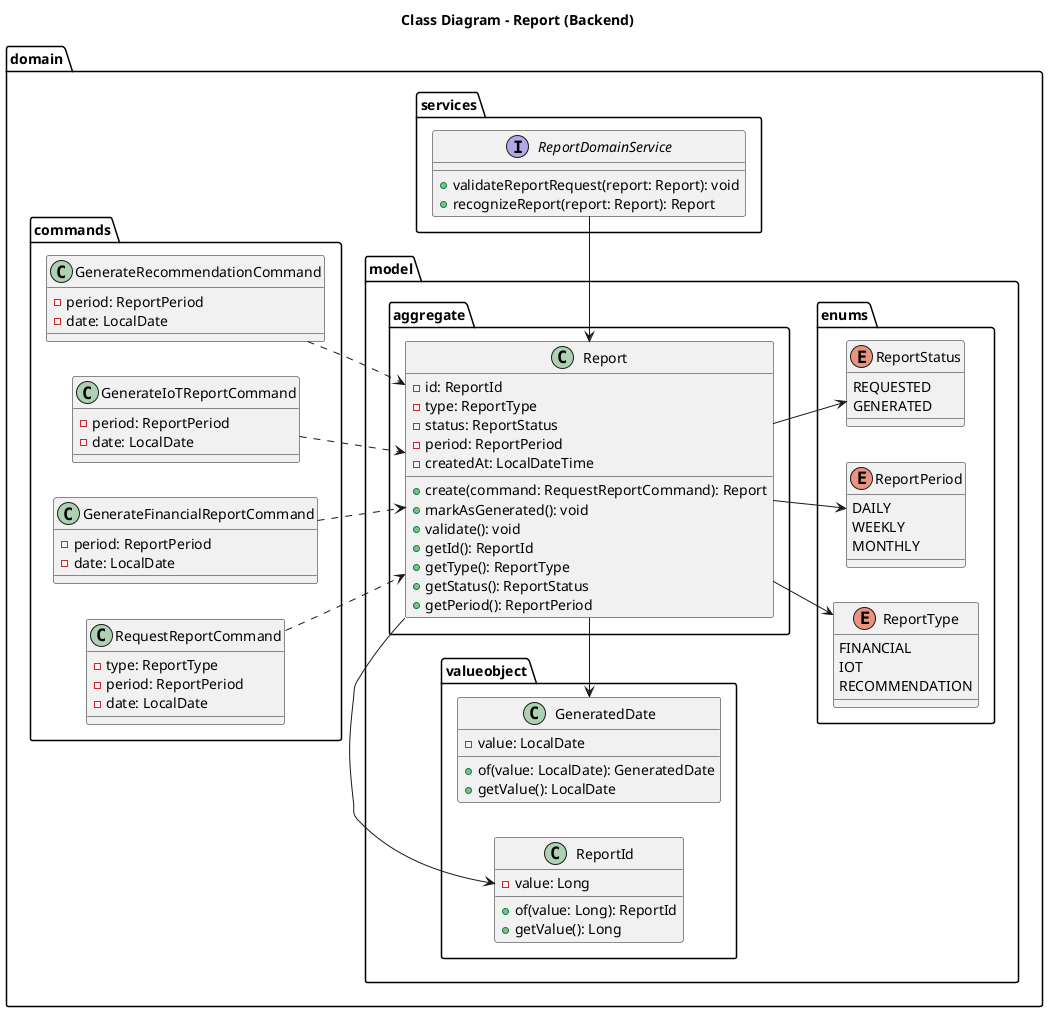
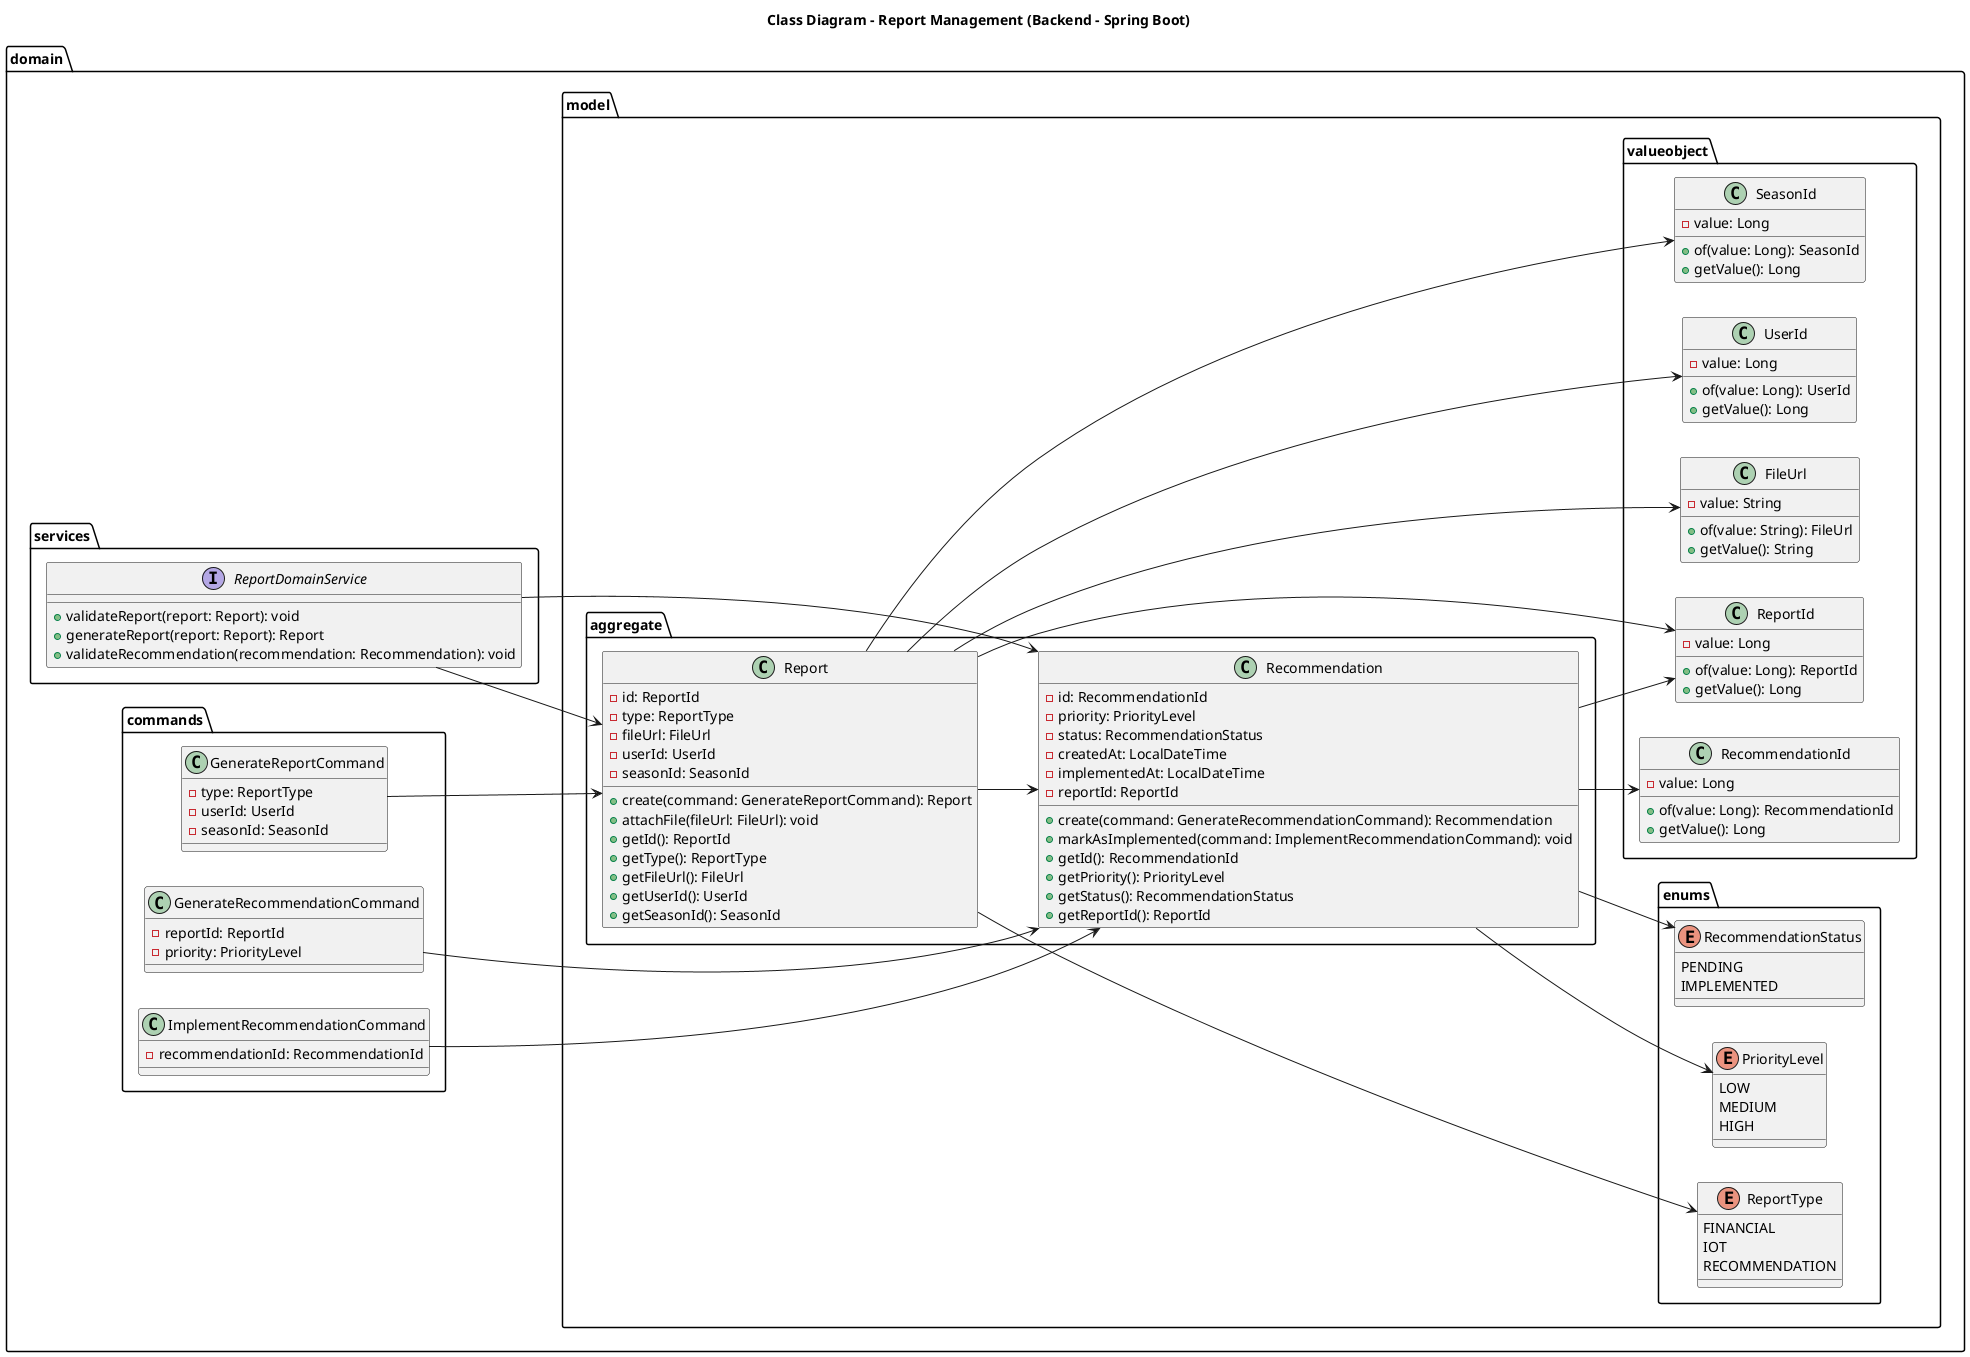
@startuml

left to right direction

- title Class Diagram - Report (Backend)
+ title Class Diagram - Report Management (Backend - Spring Boot)

package "domain" {

  package "services" {
    interface ReportDomainService {
-       +validateReportRequest(report: Report): void
-       +recognizeReport(report: Report): Report
+       +validateReport(report: Report): void
+       +generateReport(report: Report): Report
+       +validateRecommendation(recommendation: Recommendation): void
    }
-   }
- 
-   package "commands" {
-     class RequestReportCommand {
-       -type: ReportType
-       -period: ReportPeriod
-       -date: LocalDate
-     }
- 
-     class GenerateFinancialReportCommand {
-       -period: ReportPeriod
-       -date: LocalDate
-     }
- 
-     class GenerateIoTReportCommand {
-       -period: ReportPeriod
-       -date: LocalDate
-     }
- 
-     class GenerateRecommendationCommand {
-       -period: ReportPeriod
-       -date: LocalDate
-     }
- 
-     RequestReportCommand -[hidden]right- GenerateFinancialReportCommand
-     GenerateFinancialReportCommand -[hidden]right- GenerateIoTReportCommand
-     GenerateIoTReportCommand -[hidden]right- GenerateRecommendationCommand
  }

  package "model" {

    package "aggregate" {
      class Report {
        -id: ReportId
        -type: ReportType
-         -status: ReportStatus
-         -period: ReportPeriod
-         -createdAt: LocalDateTime
+         -fileUrl: FileUrl
+         -userId: UserId
+         -seasonId: SeasonId

-         +create(command: RequestReportCommand): Report
-         +markAsGenerated(): void
-         +validate(): void
+         +create(command: GenerateReportCommand): Report
+         +attachFile(fileUrl: FileUrl): void
        +getId(): ReportId
        +getType(): ReportType
-         +getStatus(): ReportStatus
-         +getPeriod(): ReportPeriod
+         +getFileUrl(): FileUrl
+         +getUserId(): UserId
+         +getSeasonId(): SeasonId
+       }
+ 
+       class Recommendation {
+         -id: RecommendationId
+         -priority: PriorityLevel
+         -status: RecommendationStatus
+         -createdAt: LocalDateTime
+         -implementedAt: LocalDateTime
+         -reportId: ReportId
+ 
+         +create(command: GenerateRecommendationCommand): Recommendation
+         +markAsImplemented(command: ImplementRecommendationCommand): void
+         +getId(): RecommendationId
+         +getPriority(): PriorityLevel
+         +getStatus(): RecommendationStatus
+         +getReportId(): ReportId
+       }
+     }
+ 
+     package "enums" {
+       enum ReportType {
+         FINANCIAL
+         IOT
+         RECOMMENDATION
+       }
+ 
+       enum PriorityLevel {
+         LOW
+         MEDIUM
+         HIGH
+       }
+ 
+       enum RecommendationStatus {
+         PENDING
+         IMPLEMENTED
      }
    }

    package "valueobject" {
      class ReportId {
        -value: Long
        +of(value: Long): ReportId
        +getValue(): Long
      }

-       class GeneratedDate {
-         -value: LocalDate
-         +of(value: LocalDate): GeneratedDate
-         +getValue(): LocalDate
+       class RecommendationId {
+         -value: Long
+         +of(value: Long): RecommendationId
+         +getValue(): Long
      }

-       ReportId -[hidden]right- GeneratedDate
+       class UserId {
+         -value: Long
+         +of(value: Long): UserId
+         +getValue(): Long
+       }
+ 
+       class SeasonId {
+         -value: Long
+         +of(value: Long): SeasonId
+         +getValue(): Long
+       }
+ 
+       class FileUrl {
+         -value: String
+         +of(value: String): FileUrl
+         +getValue(): String
+       }
+     }
+   }
+ 
+   package "commands" {
+     class GenerateReportCommand {
+       -type: ReportType
+       -userId: UserId
+       -seasonId: SeasonId
    }

-     package "enums" {
-       enum ReportType {
-         FINANCIAL
-         IOT
-         RECOMMENDATION
-       }
+     class GenerateRecommendationCommand {
+       -reportId: ReportId
+       -priority: PriorityLevel
+     }

-       enum ReportPeriod {
-         DAILY
-         WEEKLY
-         MONTHLY
-       }
- 
-       enum ReportStatus {
-         REQUESTED
-         GENERATED
-       }
- 
-       ReportType -[hidden]right- ReportPeriod
-       ReportPeriod -[hidden]right- ReportStatus
+     class ImplementRecommendationCommand {
+       -recommendationId: RecommendationId
    }
  }
}

- ReportDomainService -right-> Report
+ ReportDomainService --> Report
+ ReportDomainService --> Recommendation

- RequestReportCommand ..> Report
- GenerateFinancialReportCommand ..> Report
- GenerateIoTReportCommand ..> Report
- GenerateRecommendationCommand ..> Report
+ Report --> ReportId
+ Report --> ReportType
+ Report --> FileUrl
+ Report --> UserId
+ Report --> SeasonId

- Report -right-> ReportId
- Report -right-> GeneratedDate
- Report -down-> ReportType
- Report -down-> ReportPeriod
- Report -down-> ReportStatus
+ Recommendation --> RecommendationId
+ Recommendation --> PriorityLevel
+ Recommendation --> RecommendationStatus
+ Recommendation --> ReportId
+ 
+ Report --> Recommendation
+ 
+ GenerateReportCommand --> Report
+ GenerateRecommendationCommand --> Recommendation
+ ImplementRecommendationCommand --> Recommendation

@enduml